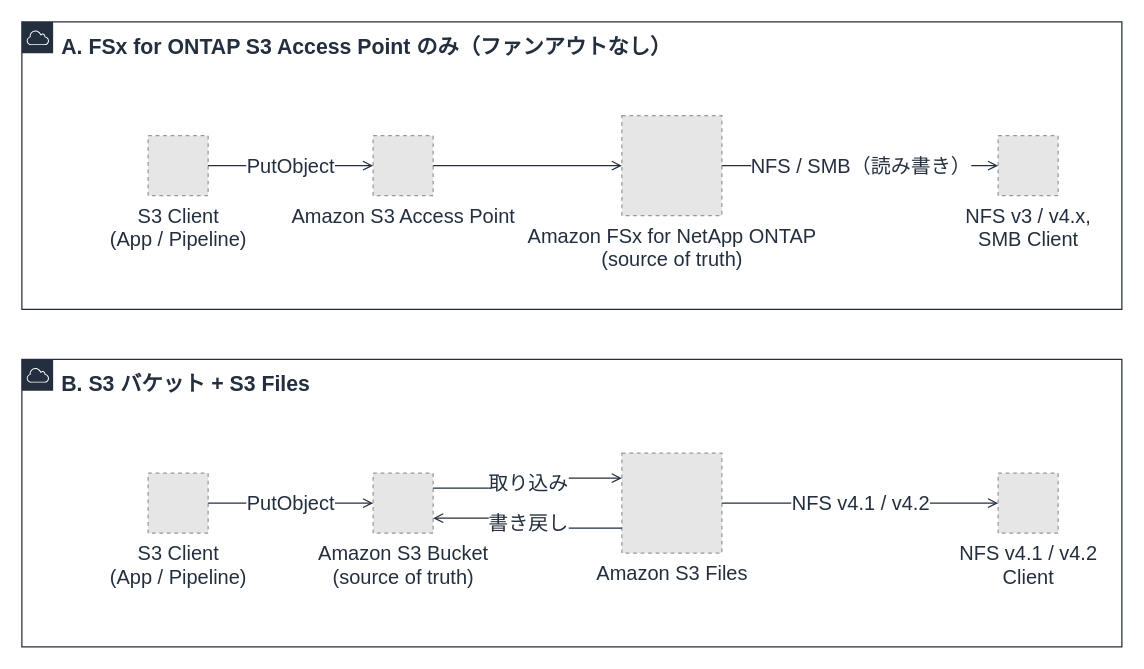
Earlier version of the draw.io diagram docs/_assets/diagrams/s3burst-single-site-options.drawio (Yoshiki0705/S3-Burst-on-ONTAP-Files). Source tidied: cells renumbered, new cells numbered last; positions are measured from the earlier drawing's top-left corner, leaving out a move shared by most shapes. Both pictures are drawn from the tidied source at 125%, with x=0, y=0 at pixel (21, 21). Pictures stored in the file or linked from it are replaced by grey dashed boxes.
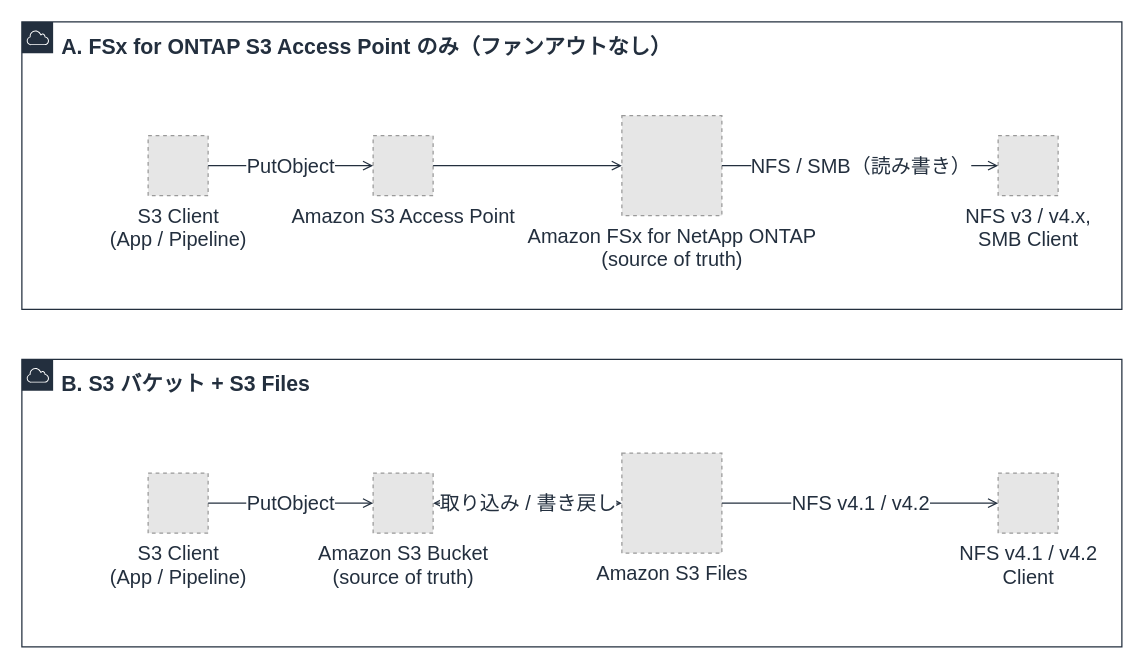
Above is the later version.

Diff of the diagram source:
```diff
@@
 <mxGraphModel>
   <root>
     <mxCell id="0" />
     <mxCell id="1" parent="0" />
     <mxCell id="2" value="A. FSx for ONTAP S3 Access Point のみ（ファンアウトなし）" style="gradientColor=none;html=1;whiteSpace=wrap;fontSize=17;fontStyle=1;fontColor=#232F3E;shape=mxgraph.aws4.group;grIcon=mxgraph.aws4.group_aws_cloud;strokeColor=#232F3E;fillColor=none;verticalAlign=top;align=left;spacingLeft=30;spacingTop=4;dashed=0;" parent="1" vertex="1">
       <mxGeometry width="880" height="230" as="geometry" />
     </mxCell>
     <mxCell id="3" value="B. S3 バケット + S3 Files" style="gradientColor=none;html=1;whiteSpace=wrap;fontSize=17;fontStyle=1;fontColor=#232F3E;shape=mxgraph.aws4.group;grIcon=mxgraph.aws4.group_aws_cloud;strokeColor=#232F3E;fillColor=none;verticalAlign=top;align=left;spacingLeft=30;spacingTop=4;dashed=0;" parent="1" vertex="1">
       <mxGeometry y="270" width="880" height="230" as="geometry" />
     </mxCell>
     <mxCell id="4" value="S3 Client&#10;(App / Pipeline)" style="fillColor=#E6E6E6;strokeColor=#999999;dashed=1;html=1;verticalLabelPosition=bottom;verticalAlign=top;labelPosition=center;align=center;fontSize=16;fontColor=#232F3E;" parent="1" vertex="1">
       <mxGeometry x="101" y="91" width="48" height="48" as="geometry" />
     </mxCell>
     <mxCell id="5" value="Amazon S3 Access Point" style="fillColor=#E6E6E6;strokeColor=#999999;dashed=1;html=1;verticalLabelPosition=bottom;verticalAlign=top;labelPosition=center;align=center;fontSize=16;fontColor=#232F3E;" parent="1" vertex="1">
       <mxGeometry x="281" y="91" width="48" height="48" as="geometry" />
     </mxCell>
     <mxCell id="6" value="Amazon FSx for NetApp ONTAP&#10;(source of truth)" style="fillColor=#E6E6E6;strokeColor=#999999;dashed=1;html=1;verticalLabelPosition=bottom;verticalAlign=top;labelPosition=center;align=center;fontSize=16;fontColor=#232F3E;" parent="1" vertex="1">
       <mxGeometry x="480" y="75" width="80" height="80" as="geometry" />
     </mxCell>
     <mxCell id="7" value="NFS v3 / v4.x,&#10;SMB Client" style="fillColor=#E6E6E6;strokeColor=#999999;dashed=1;html=1;verticalLabelPosition=bottom;verticalAlign=top;labelPosition=center;align=center;fontSize=16;fontColor=#232F3E;" parent="1" vertex="1">
       <mxGeometry x="781" y="91" width="48" height="48" as="geometry" />
     </mxCell>
     <mxCell id="8" value="S3 Client&#10;(App / Pipeline)" style="fillColor=#E6E6E6;strokeColor=#999999;dashed=1;html=1;verticalLabelPosition=bottom;verticalAlign=top;labelPosition=center;align=center;fontSize=16;fontColor=#232F3E;" parent="1" vertex="1">
       <mxGeometry x="101" y="361" width="48" height="48" as="geometry" />
     </mxCell>
     <mxCell id="9" value="Amazon S3 Bucket&#10;(source of truth)" style="fillColor=#E6E6E6;strokeColor=#999999;dashed=1;html=1;verticalLabelPosition=bottom;verticalAlign=top;labelPosition=center;align=center;fontSize=16;fontColor=#232F3E;" parent="1" vertex="1">
       <mxGeometry x="281" y="361" width="48" height="48" as="geometry" />
     </mxCell>
     <mxCell id="10" value="Amazon S3 Files" style="fillColor=#E6E6E6;strokeColor=#999999;dashed=1;html=1;verticalLabelPosition=bottom;verticalAlign=top;labelPosition=center;align=center;fontSize=16;fontColor=#232F3E;" parent="1" vertex="1">
       <mxGeometry x="480" y="345" width="80" height="80" as="geometry" />
     </mxCell>
     <mxCell id="11" value="NFS v4.1 / v4.2&#10;Client" style="fillColor=#E6E6E6;strokeColor=#999999;dashed=1;html=1;verticalLabelPosition=bottom;verticalAlign=top;labelPosition=center;align=center;fontSize=16;fontColor=#232F3E;" parent="1" vertex="1">
       <mxGeometry x="781" y="361" width="48" height="48" as="geometry" />
     </mxCell>
     <mxCell id="12" value="PutObject" style="edgeStyle=orthogonalEdgeStyle;rounded=0;html=1;endArrow=open;endFill=0;strokeColor=#232F3E;strokeWidth=1;fontSize=16;fontColor=#232F3E;" parent="1" edge="1" source="4" target="5">
       <mxGeometry relative="1" as="geometry" />
     </mxCell>
     <mxCell id="13" style="edgeStyle=orthogonalEdgeStyle;rounded=0;html=1;endArrow=open;endFill=0;strokeColor=#232F3E;strokeWidth=1;fontSize=16;fontColor=#232F3E;" parent="1" edge="1" source="5" target="6">
       <mxGeometry relative="1" as="geometry" />
     </mxCell>
     <mxCell id="14" value="NFS / SMB（読み書き）" style="edgeStyle=orthogonalEdgeStyle;rounded=0;html=1;endArrow=open;endFill=0;strokeColor=#232F3E;strokeWidth=1;fontSize=16;fontColor=#232F3E;" parent="1" edge="1" source="6" target="7">
       <mxGeometry relative="1" as="geometry" />
     </mxCell>
     <mxCell id="15" value="PutObject" style="edgeStyle=orthogonalEdgeStyle;rounded=0;html=1;endArrow=open;endFill=0;strokeColor=#232F3E;strokeWidth=1;fontSize=16;fontColor=#232F3E;" parent="1" edge="1" source="8" target="9">
       <mxGeometry relative="1" as="geometry" />
     </mxCell>
-    <mxCell id="16" value="取り込み" style="edgeStyle=orthogonalEdgeStyle;rounded=0;html=1;endArrow=open;endFill=0;strokeColor=#232F3E;strokeWidth=1;fontSize=16;fontColor=#232F3E;exitX=1;exitY=0.25;exitDx=0;exitDy=0;entryX=0;entryY=0.25;entryDx=0;entryDy=0;" parent="1" edge="1" source="9" target="10">
+    <mxCell id="16" value="取り込み / 書き戻し" style="edgeStyle=orthogonalEdgeStyle;rounded=0;html=1;endArrow=open;endFill=0;strokeColor=#232F3E;strokeWidth=1;fontSize=16;fontColor=#232F3E;startArrow=open;startFill=0;" parent="1" edge="1" source="9" target="10">
       <mxGeometry relative="1" as="geometry" />
     </mxCell>
-    <mxCell id="17" value="書き戻し" style="edgeStyle=orthogonalEdgeStyle;rounded=0;html=1;endArrow=open;endFill=0;strokeColor=#232F3E;strokeWidth=1;fontSize=16;fontColor=#232F3E;exitX=0;exitY=0.75;exitDx=0;exitDy=0;entryX=1;entryY=0.75;entryDx=0;entryDy=0;" parent="1" edge="1" source="10" target="9">
-      <mxGeometry relative="1" as="geometry" />
-    </mxCell>
     <mxCell id="18" value="NFS v4.1 / v4.2" style="edgeStyle=orthogonalEdgeStyle;rounded=0;html=1;endArrow=open;endFill=0;strokeColor=#232F3E;strokeWidth=1;fontSize=16;fontColor=#232F3E;" parent="1" edge="1" source="10" target="11">
       <mxGeometry relative="1" as="geometry" />
     </mxCell>
   </root>
 </mxGraphModel>
```
